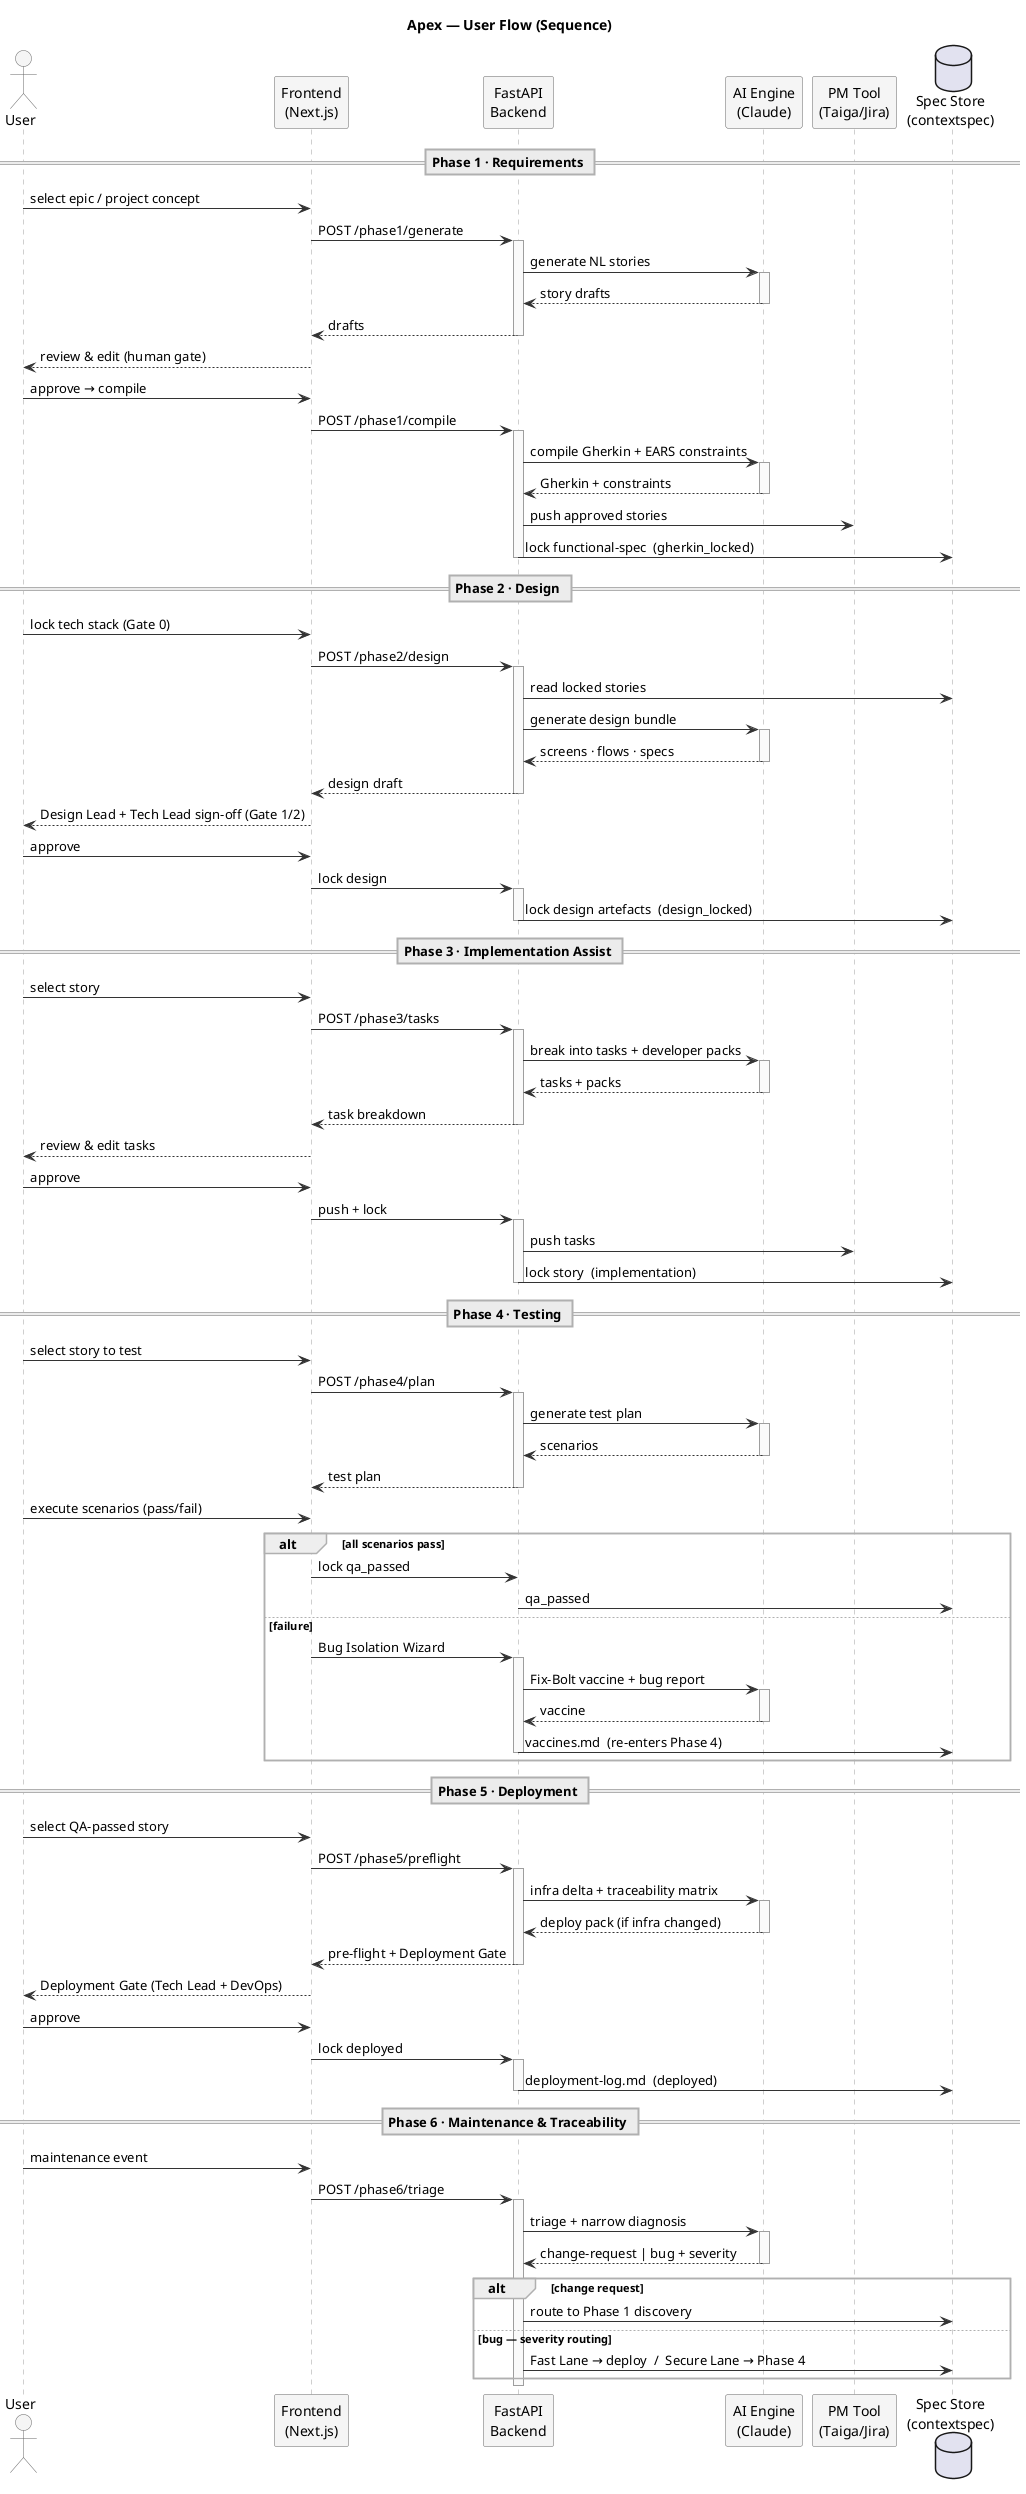
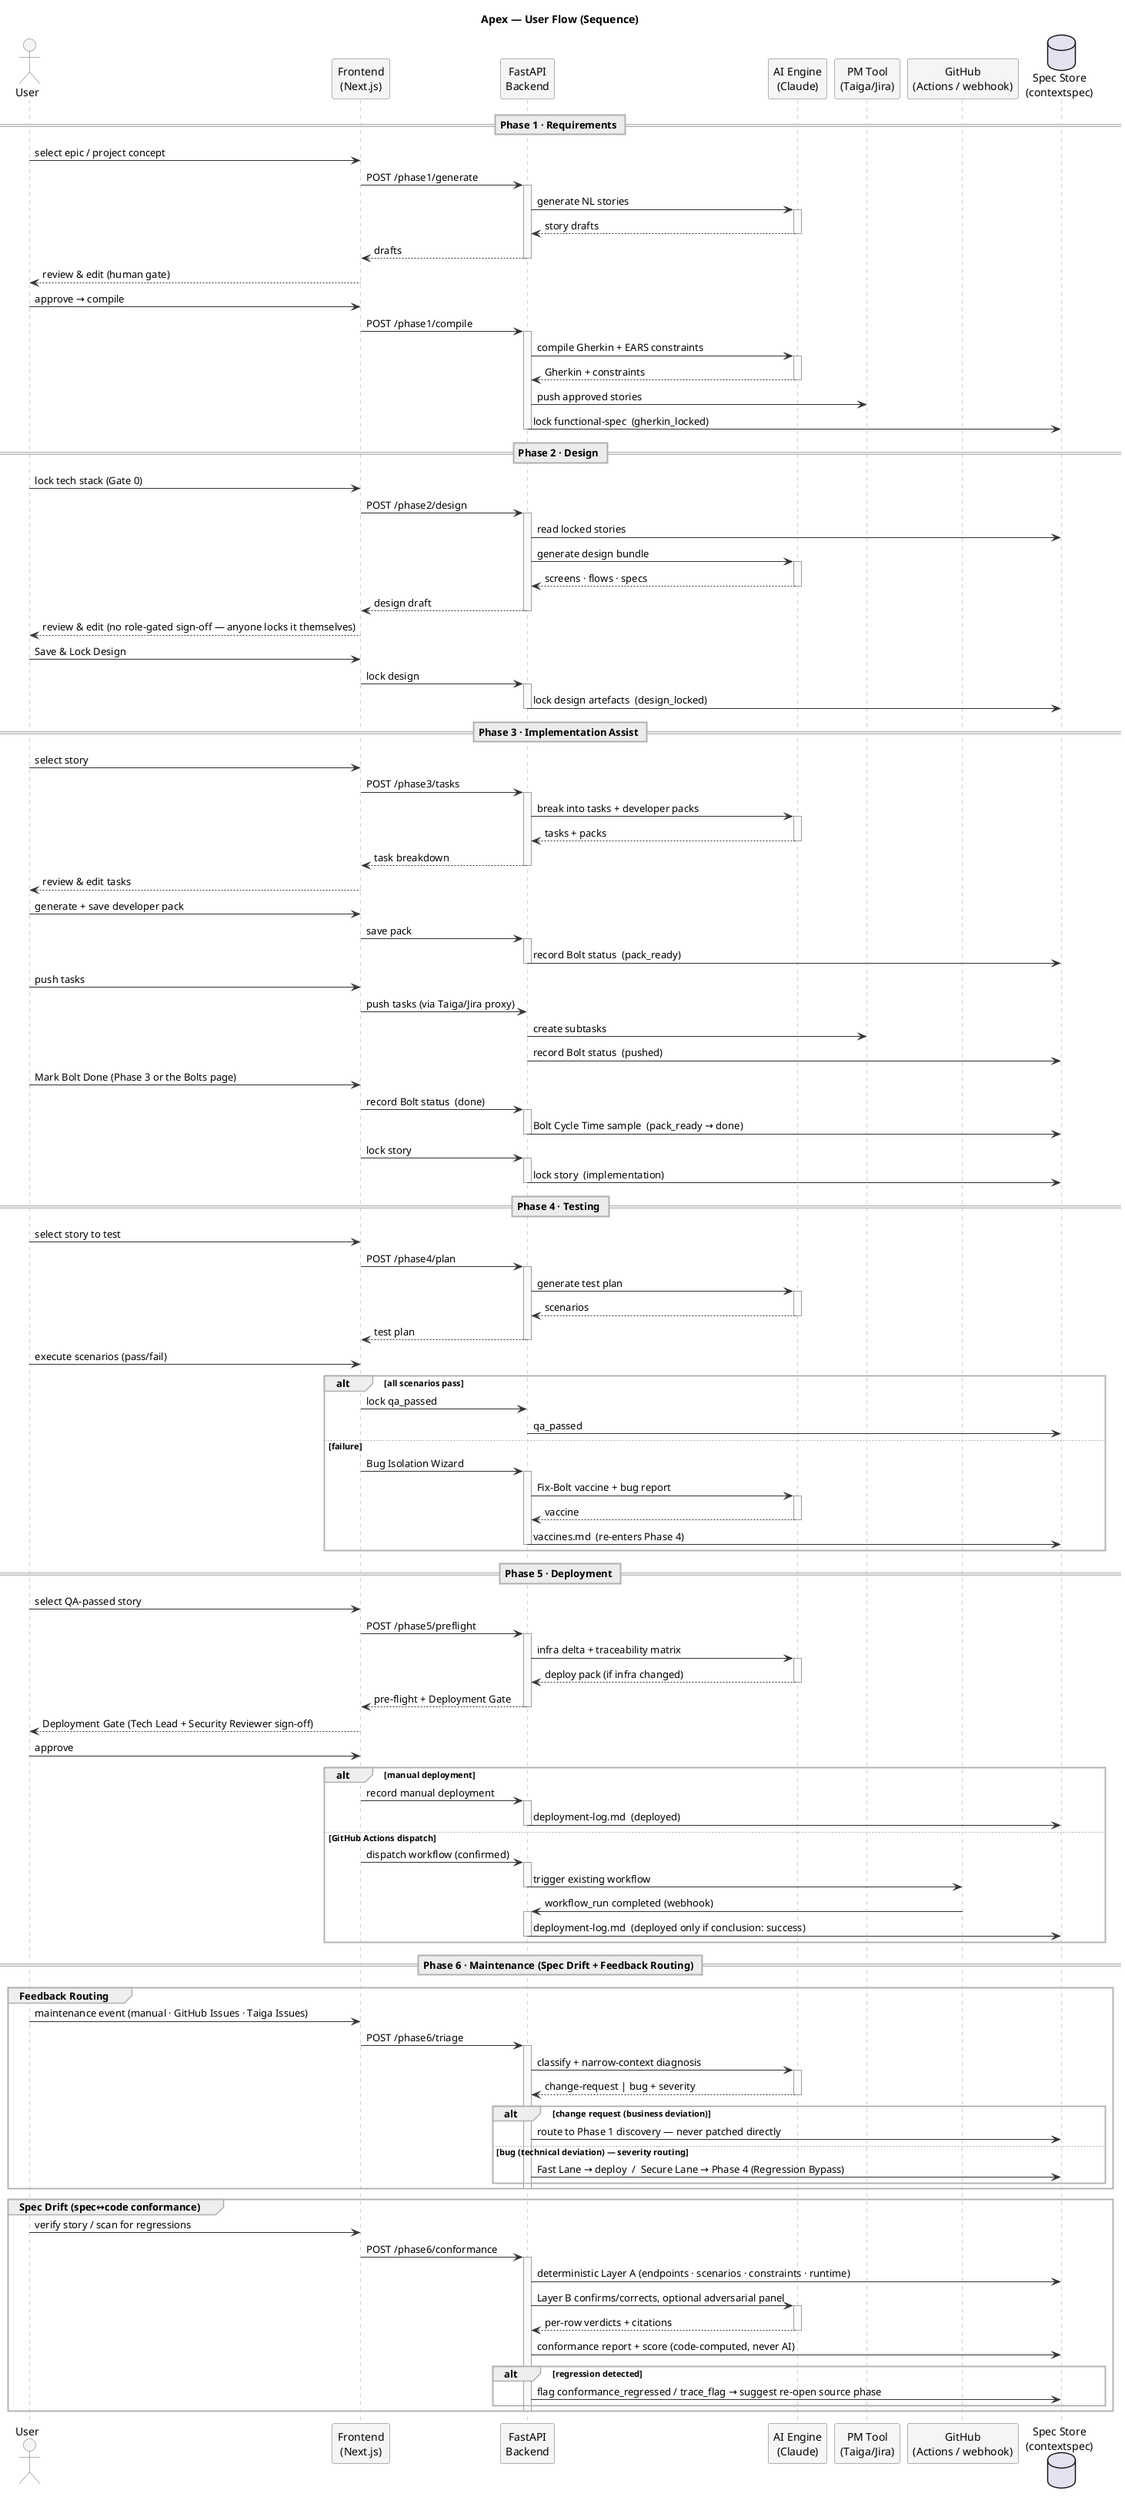
@startuml
title Apex — User Flow (Sequence)

skinparam backgroundColor #FFFFFF
skinparam shadowing false
skinparam sequence {
  ArrowColor #333333
  LifeLineBorderColor #9E9E9E
  LifeLineBackgroundColor #FAFAFA
  ParticipantBorderColor #666666
  ParticipantBackgroundColor #F5F5F5
  ActorBorderColor #666666
  ActorBackgroundColor #F5F5F5
  GroupBorderColor #B0B0B0
  DividerBackgroundColor #ECECEC
  DividerBorderColor #B0B0B0
}

actor User
participant "Frontend\n(Next.js)" as FE
participant "FastAPI\nBackend" as BE
participant "AI Engine\n(Claude)" as AI
participant "PM Tool\n(Taiga/Jira)" as PM
+ participant "GitHub\n(Actions / webhook)" as GH
database "Spec Store\n(contextspec)" as ST

== Phase 1 · Requirements ==
User -> FE : select epic / project concept
FE -> BE : POST /phase1/generate
activate BE
BE -> AI : generate NL stories
activate AI
AI --> BE : story drafts
deactivate AI
BE --> FE : drafts
deactivate BE
FE --> User : review & edit (human gate)
User -> FE : approve → compile
FE -> BE : POST /phase1/compile
activate BE
BE -> AI : compile Gherkin + EARS constraints
activate AI
AI --> BE : Gherkin + constraints
deactivate AI
BE -> PM : push approved stories
BE -> ST : lock functional-spec  (gherkin_locked)
deactivate BE

== Phase 2 · Design ==
User -> FE : lock tech stack (Gate 0)
FE -> BE : POST /phase2/design
activate BE
BE -> ST : read locked stories
BE -> AI : generate design bundle
activate AI
AI --> BE : screens · flows · specs
deactivate AI
BE --> FE : design draft
deactivate BE
- FE --> User : Design Lead + Tech Lead sign-off (Gate 1/2)
- User -> FE : approve
+ FE --> User : review & edit (no role-gated sign-off — anyone locks it themselves)
+ User -> FE : Save & Lock Design
FE -> BE : lock design
activate BE
BE -> ST : lock design artefacts  (design_locked)
deactivate BE

== Phase 3 · Implementation Assist ==
User -> FE : select story
FE -> BE : POST /phase3/tasks
activate BE
BE -> AI : break into tasks + developer packs
activate AI
AI --> BE : tasks + packs
deactivate AI
BE --> FE : task breakdown
deactivate BE
FE --> User : review & edit tasks
- User -> FE : approve
- FE -> BE : push + lock
+ User -> FE : generate + save developer pack
+ FE -> BE : save pack
activate BE
- BE -> PM : push tasks
+ BE -> ST : record Bolt status  (pack_ready)
+ deactivate BE
+ User -> FE : push tasks
+ FE -> BE : push tasks (via Taiga/Jira proxy)
+ BE -> PM : create subtasks
+ BE -> ST : record Bolt status  (pushed)
+ User -> FE : Mark Bolt Done (Phase 3 or the Bolts page)
+ FE -> BE : record Bolt status  (done)
+ activate BE
+ BE -> ST : Bolt Cycle Time sample  (pack_ready → done)
+ deactivate BE
+ FE -> BE : lock story
+ activate BE
BE -> ST : lock story  (implementation)
deactivate BE

== Phase 4 · Testing ==
User -> FE : select story to test
FE -> BE : POST /phase4/plan
activate BE
BE -> AI : generate test plan
activate AI
AI --> BE : scenarios
deactivate AI
BE --> FE : test plan
deactivate BE
User -> FE : execute scenarios (pass/fail)
alt all scenarios pass
  FE -> BE : lock qa_passed
  BE -> ST : qa_passed
else failure
  FE -> BE : Bug Isolation Wizard
  activate BE
  BE -> AI : Fix-Bolt vaccine + bug report
  activate AI
  AI --> BE : vaccine
  deactivate AI
  BE -> ST : vaccines.md  (re-enters Phase 4)
  deactivate BE
end

== Phase 5 · Deployment ==
User -> FE : select QA-passed story
FE -> BE : POST /phase5/preflight
activate BE
BE -> AI : infra delta + traceability matrix
activate AI
AI --> BE : deploy pack (if infra changed)
deactivate AI
BE --> FE : pre-flight + Deployment Gate
deactivate BE
- FE --> User : Deployment Gate (Tech Lead + DevOps)
+ FE --> User : Deployment Gate (Tech Lead + Security Reviewer sign-off)
User -> FE : approve
- FE -> BE : lock deployed
- activate BE
- BE -> ST : deployment-log.md  (deployed)
- deactivate BE
+ alt manual deployment
+   FE -> BE : record manual deployment
+   activate BE
+   BE -> ST : deployment-log.md  (deployed)
+   deactivate BE
+ else GitHub Actions dispatch
+   FE -> BE : dispatch workflow (confirmed)
+   activate BE
+   BE -> GH : trigger existing workflow
+   deactivate BE
+   GH -> BE : workflow_run completed (webhook)
+   activate BE
+   BE -> ST : deployment-log.md  (deployed only if conclusion: success)
+   deactivate BE
+ end

- == Phase 6 · Maintenance & Traceability ==
- User -> FE : maintenance event
- FE -> BE : POST /phase6/triage
- activate BE
- BE -> AI : triage + narrow diagnosis
- activate AI
- AI --> BE : change-request | bug + severity
- deactivate AI
- alt change request
-   BE -> ST : route to Phase 1 discovery
- else bug — severity routing
-   BE -> ST : Fast Lane → deploy  /  Secure Lane → Phase 4
+ == Phase 6 · Maintenance (Spec Drift + Feedback Routing) ==
+ group Feedback Routing
+   User -> FE : maintenance event (manual · GitHub Issues · Taiga Issues)
+   FE -> BE : POST /phase6/triage
+   activate BE
+   BE -> AI : classify + narrow-context diagnosis
+   activate AI
+   AI --> BE : change-request | bug + severity
+   deactivate AI
+   alt change request (business deviation)
+     BE -> ST : route to Phase 1 discovery — never patched directly
+   else bug (technical deviation) — severity routing
+     BE -> ST : Fast Lane → deploy  /  Secure Lane → Phase 4 (Regression Bypass)
+   end
+   deactivate BE
end
- deactivate BE
+ 
+ group Spec Drift (spec↔code conformance)
+   User -> FE : verify story / scan for regressions
+   FE -> BE : POST /phase6/conformance
+   activate BE
+   BE -> ST : deterministic Layer A (endpoints · scenarios · constraints · runtime)
+   BE -> AI : Layer B confirms/corrects, optional adversarial panel
+   activate AI
+   AI --> BE : per-row verdicts + citations
+   deactivate AI
+   BE -> ST : conformance report + score (code-computed, never AI)
+   alt regression detected
+     BE -> ST : flag conformance_regressed / trace_flag → suggest re-open source phase
+   end
+   deactivate BE
+ end

@enduml
